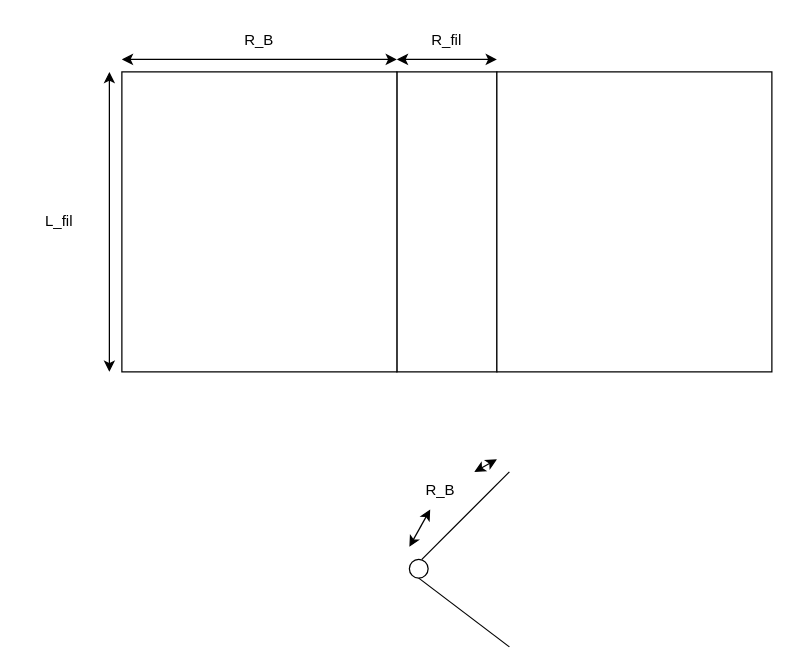
Before: DrawIo/Filament_géométrie.drawio in KyuriTaima/CygnusDynamics, a draw.io diagram. Source tidied: cells renumbered, new cells numbered last; positions are measured from the earlier drawing's top-left corner, leaving out a move shared by most shapes. Both pictures are drawn from the tidied source at 125%, with x=0, y=0 at pixel (21, 21).
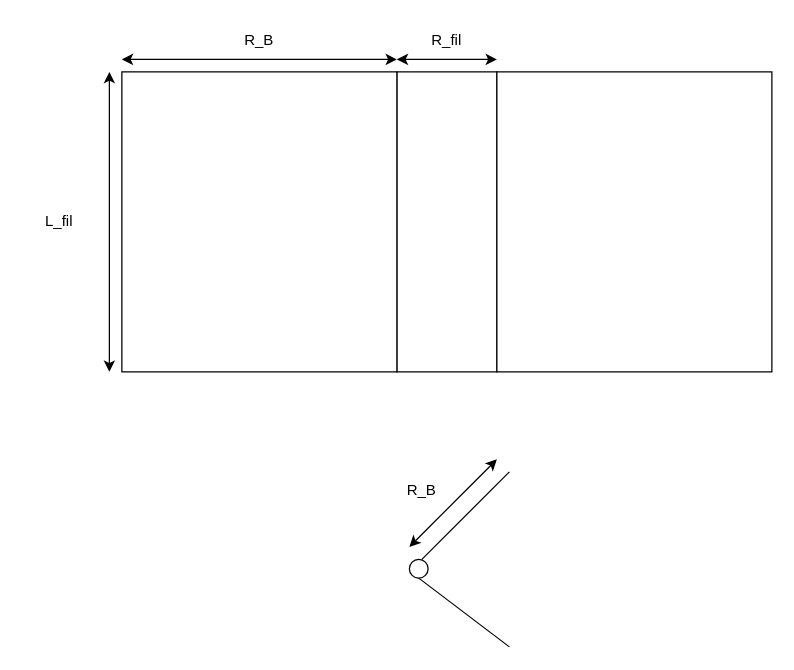
After the change.

Commit message:
Overleaf Connect auto-sync [2026-06-18 11:46:28]

Change to the diagram source:
```diff
@@
-    <mxCell id="14" style="endArrow=classic;startArrow=classic;html=1;rounded=0;" parent="1" edge="1" source="16">
+    <mxCell id="14" style="endArrow=classic;startArrow=classic;html=1;rounded=0;" parent="1" edge="1">
       <mxGeometry relative="1" as="geometry">
+        <mxPoint x="310" y="420" as="sourcePoint" />
         <mxPoint x="380" y="350" as="targetPoint" />
       </mxGeometry>
     </mxCell>
-    <mxCell id="15" style="endArrow=classic;startArrow=classic;html=1;rounded=0;" parent="1" edge="1" target="16">
-      <mxGeometry relative="1" as="geometry">
-        <mxPoint x="310" y="420" as="sourcePoint" />
-      </mxGeometry>
-    </mxCell>
     <mxCell id="16" value="R_B" style="text;html=1;whiteSpace=wrap;strokeColor=none;fillColor=none;align=center;verticalAlign=middle;rounded=0;" parent="1" vertex="1">
-      <mxGeometry x="305" y="360" width="60" height="30" as="geometry" />
+      <mxGeometry x="290" y="360" width="60" height="30" as="geometry" />
     </mxCell>
```
